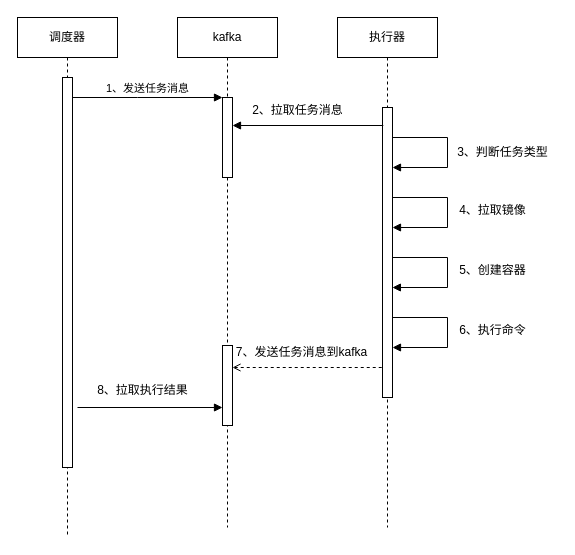
Earlier version of the draw.io diagram 执行容器任务.drawio (tianshengdiwangK/common). Source tidied: cells renumbered, new cells numbered last; positions are measured from the earlier drawing's top-left corner, leaving out a move shared by most shapes. Both pictures are drawn from the tidied source at 100%, with x=0, y=0 at pixel (17, 17).
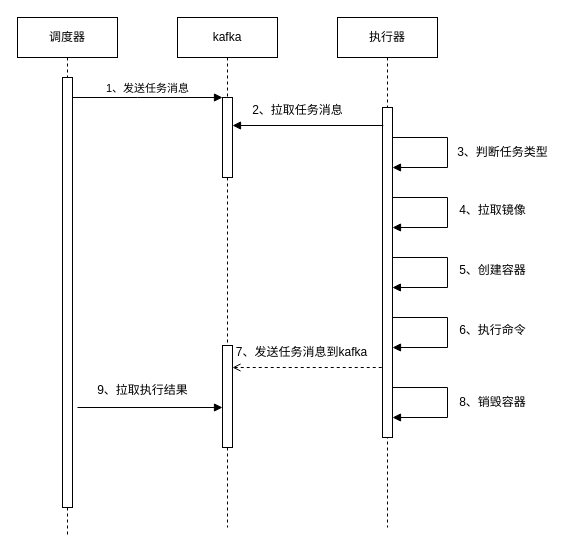
After the change.

Commit message:
更新执行容器任务.drawio

The change refers to these unchanged cells:
```xml
<mxCell id="2" value="调度器" style="shape=umlLifeline;perimeter=lifelinePerimeter;whiteSpace=wrap;html=1;newEdgeStyle={&quot;edgeStyle&quot;:&quot;elbowEdgeStyle&quot;,&quot;elbow&quot;:&quot;vertical&quot;,&quot;curved&quot;:0,&quot;rounded&quot;:0};" parent="1" vertex="1">
  <mxGeometry width="100" height="520" as="geometry" />
</mxCell>
<mxCell id="4" value="kafka" style="shape=umlLifeline;perimeter=lifelinePerimeter;whiteSpace=wrap;html=1;newEdgeStyle={&quot;edgeStyle&quot;:&quot;elbowEdgeStyle&quot;,&quot;elbow&quot;:&quot;vertical&quot;,&quot;curved&quot;:0,&quot;rounded&quot;:0};" parent="1" vertex="1">
  <mxGeometry x="160" width="100" height="510" as="geometry" />
</mxCell>
<mxCell id="7" value="执行器" style="shape=umlLifeline;perimeter=lifelinePerimeter;whiteSpace=wrap;html=1;newEdgeStyle={&quot;edgeStyle&quot;:&quot;elbowEdgeStyle&quot;,&quot;elbow&quot;:&quot;vertical&quot;,&quot;curved&quot;:0,&quot;rounded&quot;:0};" parent="1" vertex="1">
  <mxGeometry x="320" width="100" height="510" as="geometry" />
</mxCell>
```

Change to the diagram source:
```diff
@@
     <mxCell id="3" style="html=1;points=[];perimeter=orthogonalPerimeter;outlineConnect=0;targetShapes=umlLifeline;portConstraint=eastwest;newEdgeStyle={&quot;edgeStyle&quot;:&quot;elbowEdgeStyle&quot;,&quot;elbow&quot;:&quot;vertical&quot;,&quot;curved&quot;:0,&quot;rounded&quot;:0};" parent="2" vertex="1">
-      <mxGeometry x="45" y="60" width="10" height="390" as="geometry" />
+      <mxGeometry x="45" y="60" width="10" height="430" as="geometry" />
     </mxCell>
@@
     <mxCell id="6" style="html=1;points=[];perimeter=orthogonalPerimeter;outlineConnect=0;targetShapes=umlLifeline;portConstraint=eastwest;newEdgeStyle={&quot;edgeStyle&quot;:&quot;elbowEdgeStyle&quot;,&quot;elbow&quot;:&quot;vertical&quot;,&quot;curved&quot;:0,&quot;rounded&quot;:0};" parent="4" vertex="1">
-      <mxGeometry x="45" y="328" width="10" height="80" as="geometry" />
+      <mxGeometry x="45" y="328" width="10" height="102" as="geometry" />
     </mxCell>
@@
     <mxCell id="8" style="html=1;points=[];perimeter=orthogonalPerimeter;outlineConnect=0;targetShapes=umlLifeline;portConstraint=eastwest;newEdgeStyle={&quot;edgeStyle&quot;:&quot;elbowEdgeStyle&quot;,&quot;elbow&quot;:&quot;vertical&quot;,&quot;curved&quot;:0,&quot;rounded&quot;:0};" parent="7" vertex="1">
-      <mxGeometry x="45" y="90" width="10" height="290" as="geometry" />
+      <mxGeometry x="45" y="90" width="10" height="330" as="geometry" />
     </mxCell>
@@
-    <mxCell id="23" value="8、拉取执行结果" style="text;html=1;align=center;verticalAlign=middle;strokeColor=none;fillColor=none;" parent="1" vertex="1">
+    <mxCell id="23" value="9、拉取执行结果" style="text;html=1;align=center;verticalAlign=middle;strokeColor=none;fillColor=none;" parent="1" vertex="1">
       <mxGeometry x="70" y="358" width="110" height="30" as="geometry" />
     </mxCell>
+    <mxCell id="24" style="endArrow=block;endFill=1;endSize=6;html=1;rounded=0;edgeStyle=orthogonalEdgeStyle;" parent="1" edge="1">
+      <mxGeometry relative="1" as="geometry">
+        <mxPoint x="375" y="370" as="sourcePoint" />
+        <mxPoint x="375" y="400" as="targetPoint" />
+        <Array as="points">
+          <mxPoint x="430" y="370" />
+          <mxPoint x="430" y="400" />
+        </Array>
+      </mxGeometry>
+    </mxCell>
+    <mxCell id="25" value="8、销毁容器" style="text;html=1;align=center;verticalAlign=middle;strokeColor=none;fillColor=none;" parent="1" vertex="1">
+      <mxGeometry x="430" y="370" width="90" height="30" as="geometry" />
+    </mxCell>
```
